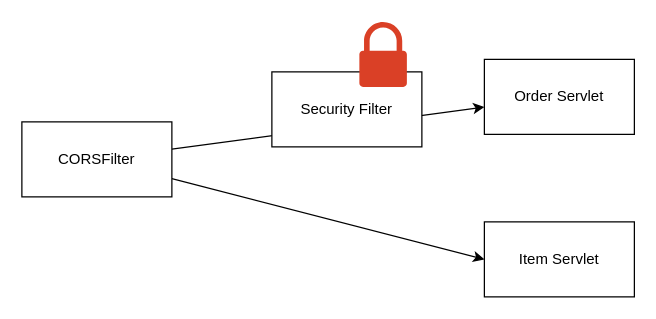
Earlier version of the draw.io diagram page "Misc" (2 of 2) of amazon-clone-api.drawio (Direct-Entry-Program-7/amazon-clone-api). Source tidied: cells renumbered, new cells numbered last; positions are measured from the earlier drawing's top-left corner, leaving out a move shared by most shapes. Both pictures are drawn from the tidied source at 125%, with x=0, y=0 at pixel (21, 21).
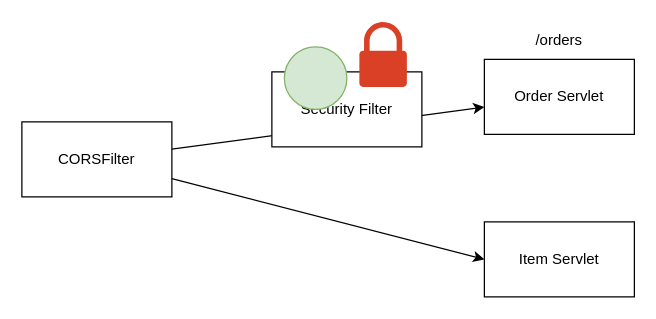
The same page after the edit.

Diff of the diagram source:
```diff
@@
 <mxGraphModel>
   <root>
     <mxCell id="0" />
     <mxCell id="1" parent="0" />
     <mxCell id="2" style="rounded=0;jettySize=auto;html=1;" parent="1" edge="1" source="4" target="5">
       <mxGeometry relative="1" as="geometry" />
     </mxCell>
     <mxCell id="3" style="rounded=0;jettySize=auto;html=1;entryX=0;entryY=0.5;entryDx=0;entryDy=0;" parent="1" edge="1" source="4" target="6">
       <mxGeometry relative="1" as="geometry" />
     </mxCell>
     <mxCell id="4" value="CORSFilter" style="rounded=0;whiteSpace=wrap;html=1;fontFamily=Ubuntu;" parent="1" vertex="1">
       <mxGeometry y="80" width="120" height="60" as="geometry" />
     </mxCell>
     <mxCell id="5" value="Order Servlet" style="rounded=0;whiteSpace=wrap;html=1;fontFamily=Ubuntu;" parent="1" vertex="1">
       <mxGeometry x="370" y="30" width="120" height="60" as="geometry" />
     </mxCell>
     <mxCell id="6" value="Item Servlet" style="rounded=0;whiteSpace=wrap;html=1;fontFamily=Ubuntu;" parent="1" vertex="1">
       <mxGeometry x="370" y="160" width="120" height="60" as="geometry" />
     </mxCell>
     <mxCell id="7" value="Security Filter" style="rounded=0;whiteSpace=wrap;html=1;fontFamily=Ubuntu;" parent="1" vertex="1">
       <mxGeometry x="200" y="40" width="120" height="60" as="geometry" />
     </mxCell>
     <mxCell id="8" style="sketch=0;shadow=0;dashed=0;html=1;strokeColor=none;labelPosition=center;verticalLabelPosition=bottom;verticalAlign=top;align=center;shape=mxgraph.office.security.lock_protected;fillColor=#DA4026;" parent="1" vertex="1">
       <mxGeometry x="270" width="38" height="52" as="geometry" />
     </mxCell>
+    <mxCell id="9" style="ellipse;whiteSpace=wrap;html=1;fontFamily=Ubuntu;fillColor=#d5e8d4;strokeColor=#82b366;" parent="1" vertex="1">
+      <mxGeometry x="210" y="20" width="50" height="50" as="geometry" />
+    </mxCell>
+    <mxCell id="10" value="/orders" style="text;html=1;strokeColor=none;fillColor=none;align=center;verticalAlign=middle;whiteSpace=wrap;rounded=0;fontFamily=Ubuntu;" parent="1" vertex="1">
+      <mxGeometry x="400" width="60" height="30" as="geometry" />
+    </mxCell>
   </root>
 </mxGraphModel>
```
